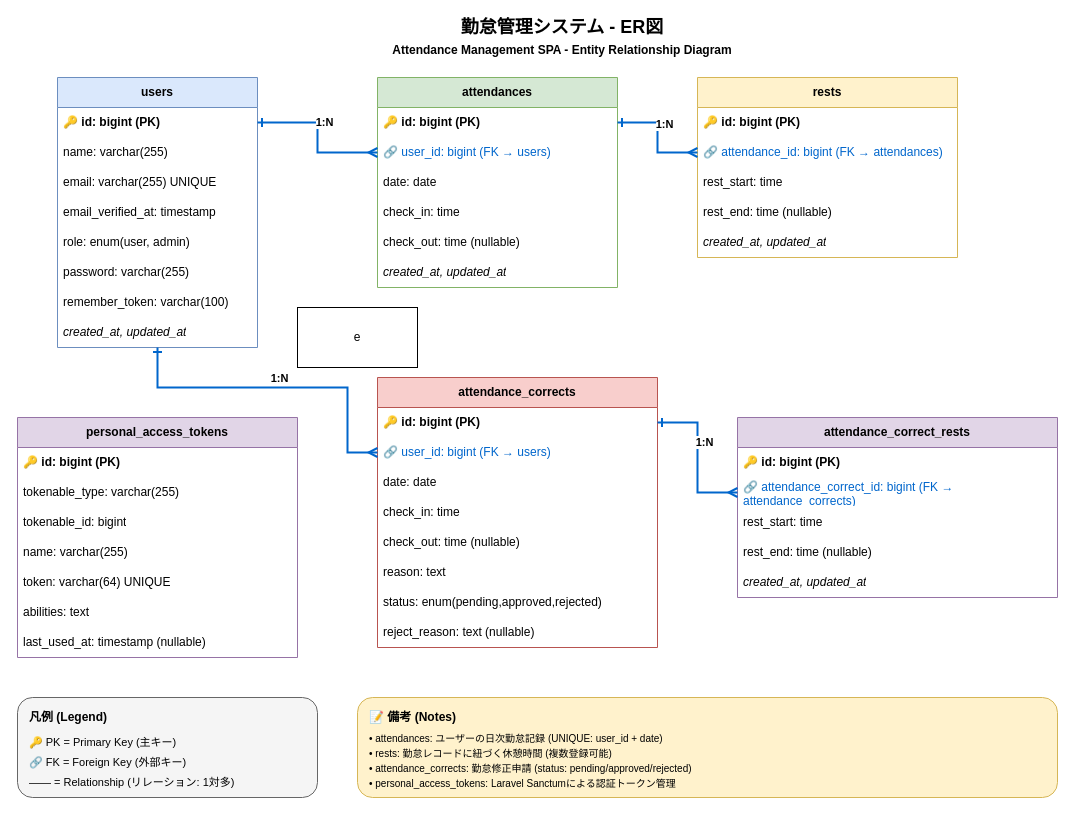
Kenichi-Tnk/attendance-spa-nuxt2 keeps this draw.io diagram as docs/er-diagram.drawio. Above is the earlier version. Source tidied: cells renumbered, new cells numbered last; positions are measured from the earlier drawing's top-left corner, leaving out a move shared by most shapes. Both pictures are drawn from the tidied source at 100%, with x=0, y=0 at pixel (17, 17).
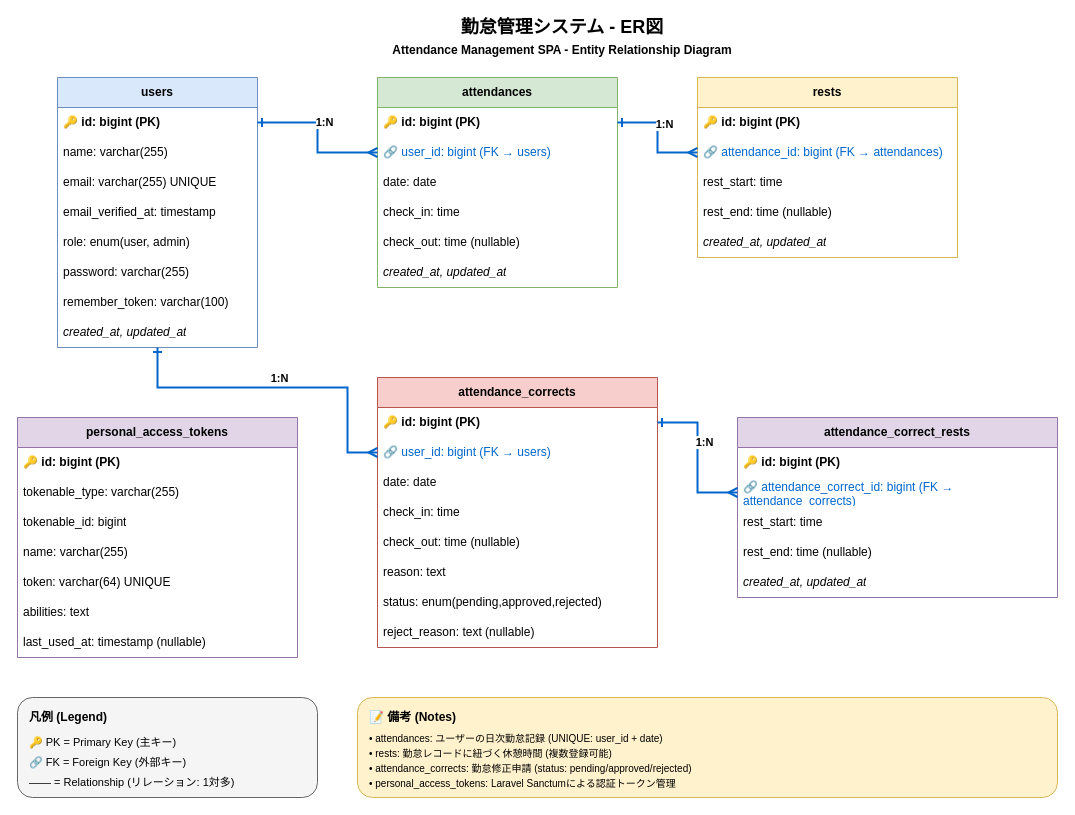
Above is the later version.

Commit message:
er-diagram.drawioの細かな部分の修正

Change to the diagram source:
```diff
@@
-    <mxCell id="67" value="e" style="whiteSpace=wrap;html=1;" parent="1" vertex="1">
-      <mxGeometry x="280" y="290" width="120" height="60" as="geometry" />
-    </mxCell>
```
